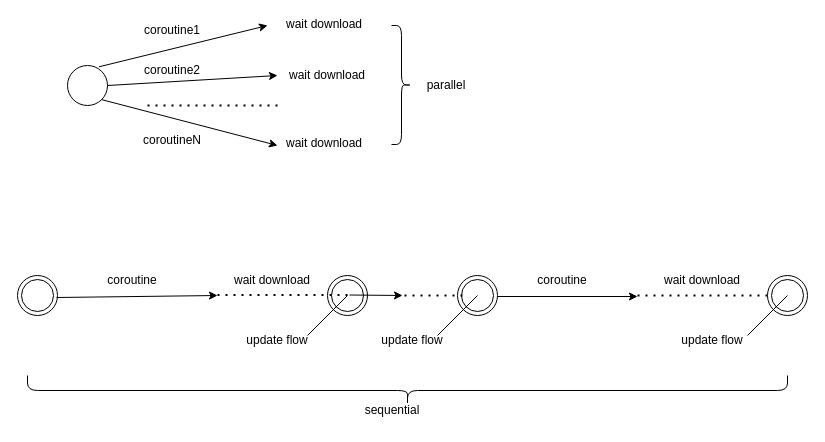
Before: Diagramă fără titlu.drawio in paulcristian007/nearby-restaurants-app, a draw.io diagram. Source tidied: cells renumbered, new cells numbered last; positions are measured from the earlier drawing's top-left corner, leaving out a move shared by most shapes. Both pictures are drawn from the tidied source at 100%, with x=0, y=0 at pixel (17, 19).
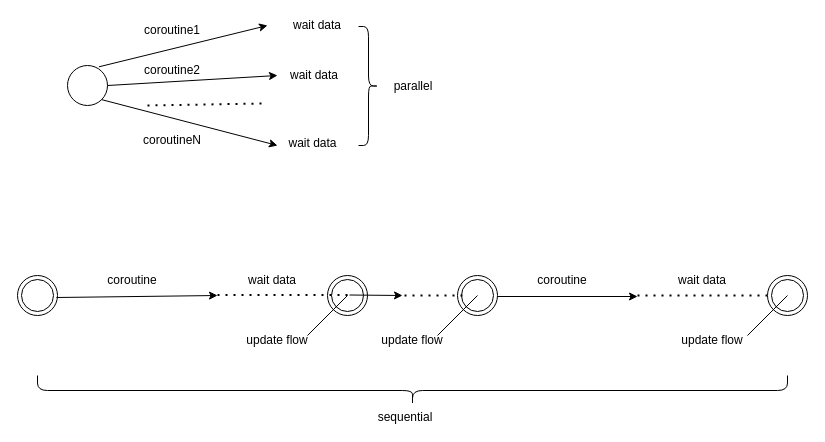
The same page after the edit.

The edit, as a diff of the source:
```diff
@@
     <mxCell id="4" style="endArrow=none;dashed=1;html=1;dashPattern=1 3;strokeWidth=2;rounded=0;" parent="1" edge="1">
       <mxGeometry relative="1" as="geometry">
         <mxPoint x="130" y="86" as="sourcePoint" />
-        <mxPoint x="260" y="86" as="targetPoint" />
+        <mxPoint x="245" y="84" as="targetPoint" />
       </mxGeometry>
     </mxCell>
@@
-    <mxCell id="10" value="wait download" style="text;strokeColor=none;align=center;fillColor=none;html=1;verticalAlign=middle;whiteSpace=wrap;rounded=0;" parent="1" vertex="1">
-      <mxGeometry x="252" width="110" height="10" as="geometry" />
+    <mxCell id="10" value="wait data" style="text;strokeColor=none;align=center;fillColor=none;html=1;verticalAlign=middle;whiteSpace=wrap;rounded=0;" parent="1" vertex="1">
+      <mxGeometry x="270" y="1" width="60" height="10" as="geometry" />
     </mxCell>
-    <mxCell id="11" value="wait download" style="text;strokeColor=none;align=center;fillColor=none;html=1;verticalAlign=middle;whiteSpace=wrap;rounded=0;" parent="1" vertex="1">
-      <mxGeometry x="270" y="51" width="80" height="10" as="geometry" />
+    <mxCell id="11" value="wait data" style="text;strokeColor=none;align=center;fillColor=none;html=1;verticalAlign=middle;whiteSpace=wrap;rounded=0;" parent="1" vertex="1">
+      <mxGeometry x="270" y="51" width="54" height="10" as="geometry" />
     </mxCell>
-    <mxCell id="12" value="wait download" style="text;strokeColor=none;align=center;fillColor=none;html=1;verticalAlign=middle;whiteSpace=wrap;rounded=0;" parent="1" vertex="1">
-      <mxGeometry x="267" y="119" width="80" height="10" as="geometry" />
+    <mxCell id="12" value="wait data" style="text;strokeColor=none;align=center;fillColor=none;html=1;verticalAlign=middle;whiteSpace=wrap;rounded=0;" parent="1" vertex="1">
+      <mxGeometry x="267" y="119" width="57" height="10" as="geometry" />
     </mxCell>
     <mxCell id="13" style="shape=curlyBracket;whiteSpace=wrap;html=1;rounded=1;flipH=1;labelPosition=right;verticalLabelPosition=middle;align=left;verticalAlign=middle;size=0.5;" parent="1" vertex="1">
-      <mxGeometry x="374" y="6" width="20" height="119" as="geometry" />
+      <mxGeometry x="341" y="7" width="20" height="119" as="geometry" />
     </mxCell>
     <mxCell id="14" value="parallel" style="text;strokeColor=none;align=center;fillColor=none;html=1;verticalAlign=middle;whiteSpace=wrap;rounded=0;" parent="1" vertex="1">
-      <mxGeometry x="394" y="60.5" width="70" height="10" as="geometry" />
+      <mxGeometry x="361" y="61.5" width="70" height="10" as="geometry" />
     </mxCell>
@@
-    <mxCell id="23" value="wait download" style="text;strokeColor=none;align=center;fillColor=none;html=1;verticalAlign=middle;whiteSpace=wrap;rounded=0;" parent="1" vertex="1">
+    <mxCell id="23" value="wait data" style="text;strokeColor=none;align=center;fillColor=none;html=1;verticalAlign=middle;whiteSpace=wrap;rounded=0;" parent="1" vertex="1">
       <mxGeometry x="200" y="256" width="110" height="10" as="geometry" />
     </mxCell>
     <mxCell id="24" style="shape=curlyBracket;whiteSpace=wrap;html=1;rounded=1;flipH=1;labelPosition=right;verticalLabelPosition=middle;align=left;verticalAlign=middle;direction=north;" parent="1" vertex="1">
-      <mxGeometry x="10" y="356" width="760" height="30" as="geometry" />
+      <mxGeometry x="20" y="356" width="750" height="30" as="geometry" />
     </mxCell>
     <mxCell id="25" value="sequential" style="text;strokeColor=none;align=center;fillColor=none;html=1;verticalAlign=middle;whiteSpace=wrap;rounded=0;" parent="1" vertex="1">
-      <mxGeometry x="340" y="386" width="70" height="10" as="geometry" />
+      <mxGeometry x="353" y="393" width="70" height="10" as="geometry" />
     </mxCell>
@@
-    <mxCell id="32" value="wait download" style="text;strokeColor=none;align=center;fillColor=none;html=1;verticalAlign=middle;whiteSpace=wrap;rounded=0;" parent="1" vertex="1">
+    <mxCell id="32" value="wait data" style="text;strokeColor=none;align=center;fillColor=none;html=1;verticalAlign=middle;whiteSpace=wrap;rounded=0;" parent="1" vertex="1">
       <mxGeometry x="630" y="256" width="110" height="10" as="geometry" />
     </mxCell>
```
